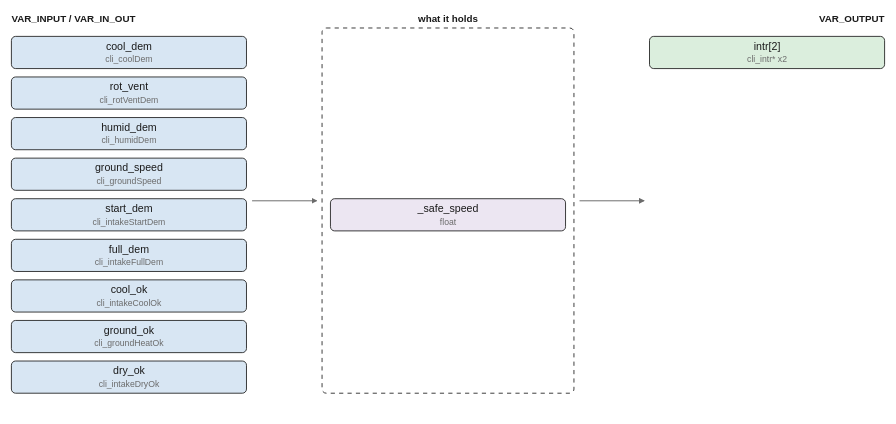
Earlier version of the draw.io export images/logic/intractors.drawio.svg (pstch/botanik2). Source tidied: cells renumbered, new cells last; positions are measured from the earlier drawing's top-left corner, leaving out a move shared by most shapes.
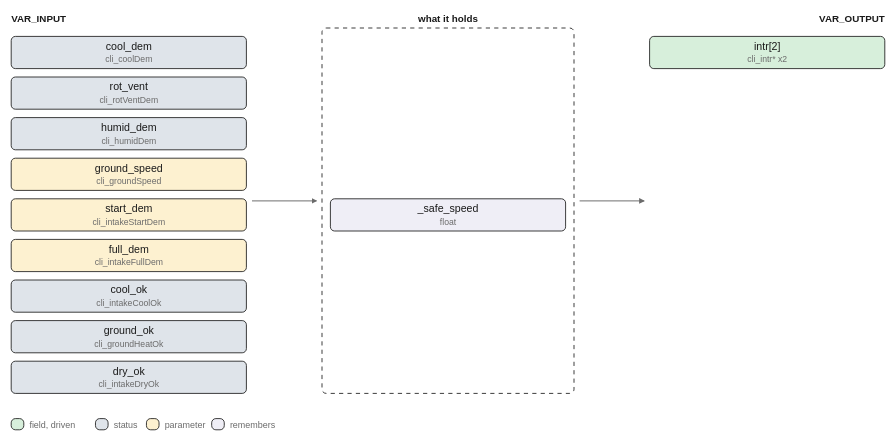
Above is the later version.

Diff of the diagram source:
```diff
@@ -2,8 +2,8 @@
   <root>
     <mxCell id="0" />
     <mxCell id="1" parent="0" />
-    <mxCell id="2" value="VAR_INPUT / VAR_IN_OUT" style="text;html=1;fontSize=7;fontColor=#1a1a1a;align=left;fontStyle=1;" parent="1" vertex="1">
-      <mxGeometry width="110" height="11" as="geometry" />
+    <mxCell id="2" value="VAR_INPUT" style="text;html=1;fontSize=7;fontColor=#1a1a1a;align=left;fontStyle=1;" parent="1" vertex="1">
+      <mxGeometry width="45" height="11" as="geometry" />
     </mxCell>
     <mxCell id="3" value="what it holds" style="text;html=1;fontSize=7;fontColor=#1a1a1a;align=center;fontStyle=1;" parent="1" vertex="1">
       <mxGeometry x="312" width="65" height="11" as="geometry" />
@@ -11,40 +11,40 @@
     <mxCell id="4" value="VAR_OUTPUT" style="text;html=1;fontSize=7;fontColor=#1a1a1a;align=left;fontStyle=1;" parent="1" vertex="1">
       <mxGeometry x="624" width="50" height="11" as="geometry" />
     </mxCell>
-    <mxCell id="5" value="cool_dem" style="rounded=1;fillColor=#d8e6f3;strokeColor=#1a1a1a;whiteSpace=wrap;html=1;fontSize=8;" parent="1" vertex="1">
+    <mxCell id="5" value="cool_dem" style="rounded=1;fillColor=#dfe4ea;strokeColor=#1a1a1a;whiteSpace=wrap;html=1;fontSize=8;" parent="1" vertex="1">
       <mxGeometry y="17" width="168" height="23" as="geometry" />
     </mxCell>
-    <mxCell id="6" value="rot_vent" style="rounded=1;fillColor=#d8e6f3;strokeColor=#1a1a1a;whiteSpace=wrap;html=1;fontSize=8;" parent="1" vertex="1">
+    <mxCell id="6" value="rot_vent" style="rounded=1;fillColor=#dfe4ea;strokeColor=#1a1a1a;whiteSpace=wrap;html=1;fontSize=8;" parent="1" vertex="1">
       <mxGeometry y="46" width="168" height="23" as="geometry" />
     </mxCell>
-    <mxCell id="7" value="humid_dem" style="rounded=1;fillColor=#d8e6f3;strokeColor=#1a1a1a;whiteSpace=wrap;html=1;fontSize=8;" parent="1" vertex="1">
+    <mxCell id="7" value="humid_dem" style="rounded=1;fillColor=#dfe4ea;strokeColor=#1a1a1a;whiteSpace=wrap;html=1;fontSize=8;" parent="1" vertex="1">
       <mxGeometry y="75" width="168" height="23" as="geometry" />
     </mxCell>
-    <mxCell id="8" value="ground_speed" style="rounded=1;fillColor=#d8e6f3;strokeColor=#1a1a1a;whiteSpace=wrap;html=1;fontSize=8;" parent="1" vertex="1">
+    <mxCell id="8" value="ground_speed" style="rounded=1;fillColor=#fdf1d0;strokeColor=#1a1a1a;whiteSpace=wrap;html=1;fontSize=8;" parent="1" vertex="1">
       <mxGeometry y="104" width="168" height="23" as="geometry" />
     </mxCell>
-    <mxCell id="9" value="start_dem" style="rounded=1;fillColor=#d8e6f3;strokeColor=#1a1a1a;whiteSpace=wrap;html=1;fontSize=8;" parent="1" vertex="1">
+    <mxCell id="9" value="start_dem" style="rounded=1;fillColor=#fdf1d0;strokeColor=#1a1a1a;whiteSpace=wrap;html=1;fontSize=8;" parent="1" vertex="1">
       <mxGeometry y="133" width="168" height="23" as="geometry" />
     </mxCell>
-    <mxCell id="10" value="full_dem" style="rounded=1;fillColor=#d8e6f3;strokeColor=#1a1a1a;whiteSpace=wrap;html=1;fontSize=8;" parent="1" vertex="1">
+    <mxCell id="10" value="full_dem" style="rounded=1;fillColor=#fdf1d0;strokeColor=#1a1a1a;whiteSpace=wrap;html=1;fontSize=8;" parent="1" vertex="1">
       <mxGeometry y="162" width="168" height="23" as="geometry" />
     </mxCell>
-    <mxCell id="11" value="cool_ok" style="rounded=1;fillColor=#d8e6f3;strokeColor=#1a1a1a;whiteSpace=wrap;html=1;fontSize=8;" parent="1" vertex="1">
+    <mxCell id="11" value="cool_ok" style="rounded=1;fillColor=#dfe4ea;strokeColor=#1a1a1a;whiteSpace=wrap;html=1;fontSize=8;" parent="1" vertex="1">
       <mxGeometry y="191" width="168" height="23" as="geometry" />
     </mxCell>
-    <mxCell id="12" value="ground_ok" style="rounded=1;fillColor=#d8e6f3;strokeColor=#1a1a1a;whiteSpace=wrap;html=1;fontSize=8;" parent="1" vertex="1">
+    <mxCell id="12" value="ground_ok" style="rounded=1;fillColor=#dfe4ea;strokeColor=#1a1a1a;whiteSpace=wrap;html=1;fontSize=8;" parent="1" vertex="1">
       <mxGeometry y="220" width="168" height="23" as="geometry" />
     </mxCell>
-    <mxCell id="13" value="dry_ok" style="rounded=1;fillColor=#d8e6f3;strokeColor=#1a1a1a;whiteSpace=wrap;html=1;fontSize=8;" parent="1" vertex="1">
+    <mxCell id="13" value="dry_ok" style="rounded=1;fillColor=#dfe4ea;strokeColor=#1a1a1a;whiteSpace=wrap;html=1;fontSize=8;" parent="1" vertex="1">
       <mxGeometry y="249" width="168" height="23" as="geometry" />
     </mxCell>
-    <mxCell id="14" value="intr[2]" style="rounded=1;fillColor=#dbeedd;strokeColor=#1a1a1a;whiteSpace=wrap;html=1;fontSize=8;" parent="1" vertex="1">
+    <mxCell id="14" value="intr[2]" style="rounded=1;fillColor=#d7efdb;strokeColor=#1a1a1a;whiteSpace=wrap;html=1;fontSize=8;" parent="1" vertex="1">
       <mxGeometry x="456" y="17" width="168" height="23" as="geometry" />
     </mxCell>
     <mxCell id="15" style="rounded=1;fillColor=#ffffff;strokeColor=#1a1a1a;whiteSpace=wrap;html=1;fontSize=8;dashed=1;" parent="1" vertex="1">
       <mxGeometry x="222" y="11" width="180" height="261" as="geometry" />
     </mxCell>
-    <mxCell id="16" value="_safe_speed" style="rounded=1;fillColor=#ece6f2;strokeColor=#1a1a1a;whiteSpace=wrap;html=1;fontSize=8;" parent="1" vertex="1">
+    <mxCell id="16" value="_safe_speed" style="rounded=1;fillColor=#efeef6;strokeColor=#1a1a1a;whiteSpace=wrap;html=1;fontSize=8;" parent="1" vertex="1">
       <mxGeometry x="228" y="133" width="168" height="23" as="geometry" />
     </mxCell>
     <mxCell id="17" style="edgeStyle=none;html=1;strokeColor=#6b6b6b;endArrow=block;" parent="1" edge="1">
@@ -59,5 +59,29 @@
         <mxPoint x="452" y="134.5" as="targetPoint" />
       </mxGeometry>
     </mxCell>
+    <mxCell id="19" style="rounded=1;fillColor=#d7efdb;strokeColor=#1a1a1a;whiteSpace=wrap;html=1;fontSize=8;" parent="1" vertex="1">
+      <mxGeometry y="290" width="9" height="8" as="geometry" />
+    </mxCell>
+    <mxCell id="20" value="field, driven" style="text;html=1;fontSize=6;fontColor=#6b6b6b;align=left;" parent="1" vertex="1">
+      <mxGeometry x="13" y="290.6" width="65" height="10.4" as="geometry" />
+    </mxCell>
+    <mxCell id="21" style="rounded=1;fillColor=#dfe4ea;strokeColor=#1a1a1a;whiteSpace=wrap;html=1;fontSize=8;" parent="1" vertex="1">
+      <mxGeometry x="60.2" y="290" width="9" height="8" as="geometry" />
+    </mxCell>
+    <mxCell id="22" value="status" style="text;html=1;fontSize=6;fontColor=#6b6b6b;align=left;" parent="1" vertex="1">
+      <mxGeometry x="73.2" y="290.6" width="40" height="10.4" as="geometry" />
+    </mxCell>
+    <mxCell id="23" style="rounded=1;fillColor=#fdf1d0;strokeColor=#1a1a1a;whiteSpace=wrap;html=1;fontSize=8;" parent="1" vertex="1">
+      <mxGeometry x="96.6" y="290" width="9" height="8" as="geometry" />
+    </mxCell>
+    <mxCell id="24" value="parameter" style="text;html=1;fontSize=6;fontColor=#6b6b6b;align=left;" parent="1" vertex="1">
+      <mxGeometry x="109.6" y="290.6" width="45" height="10.4" as="geometry" />
+    </mxCell>
+    <mxCell id="25" style="rounded=1;fillColor=#efeef6;strokeColor=#1a1a1a;whiteSpace=wrap;html=1;fontSize=8;" parent="1" vertex="1">
+      <mxGeometry x="143.2" y="290" width="9" height="8" as="geometry" />
+    </mxCell>
+    <mxCell id="26" value="remembers" style="text;html=1;fontSize=6;fontColor=#6b6b6b;align=left;" parent="1" vertex="1">
+      <mxGeometry x="156.2" y="290.6" width="45" height="10.4" as="geometry" />
+    </mxCell>
   </root>
 </mxGraphModel>
```
